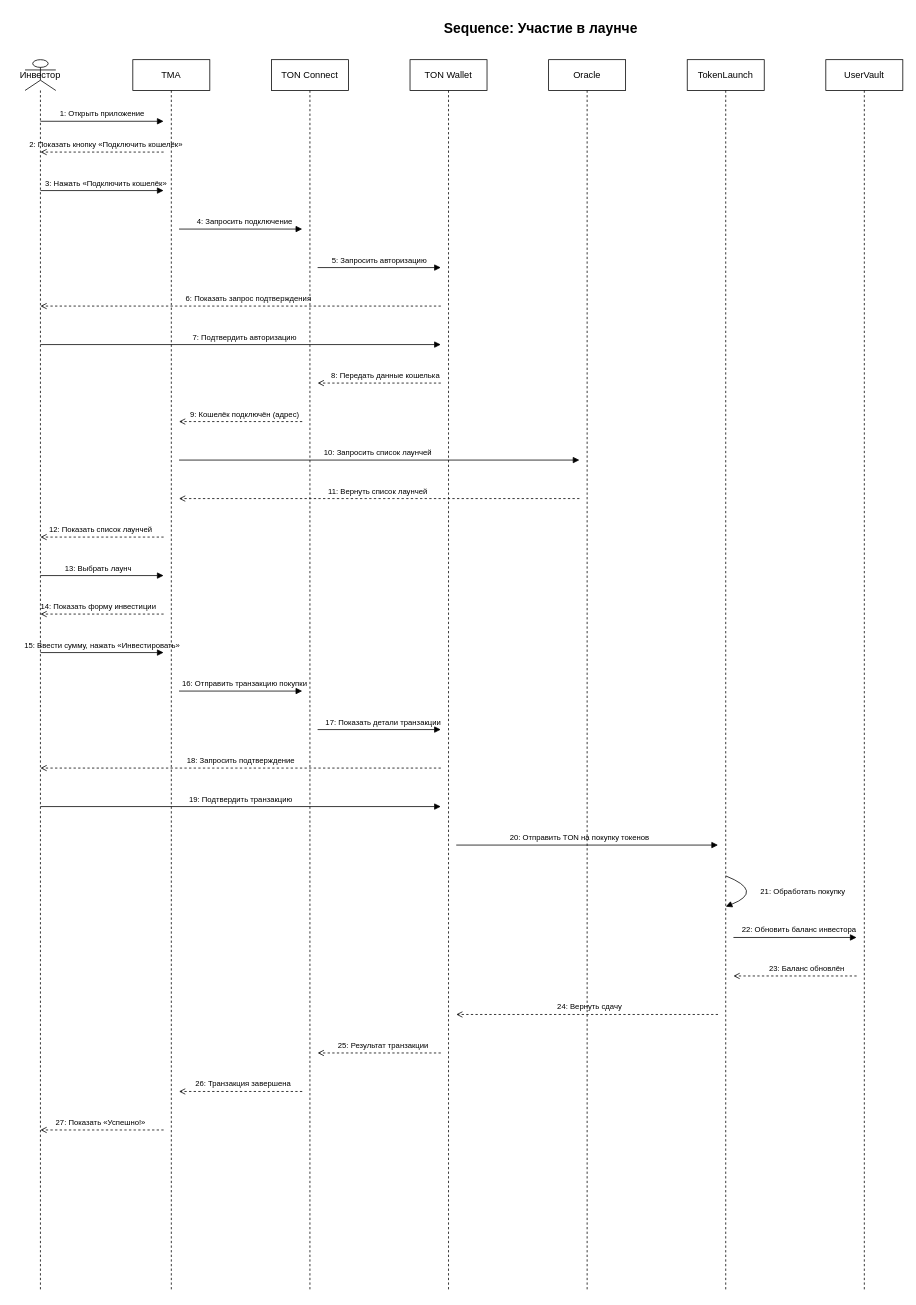
Earlier version of the draw.io diagram diagrams/uml-sequence/sequence1.drawio (dondarubin/system-engineering-playbook). Source tidied: cells renumbered, new cells numbered last; positions are measured from the earlier drawing's top-left corner, leaving out a move shared by most shapes. Both pictures are drawn from the tidied source at 77%, with x=0, y=0 at pixel (21, 13).
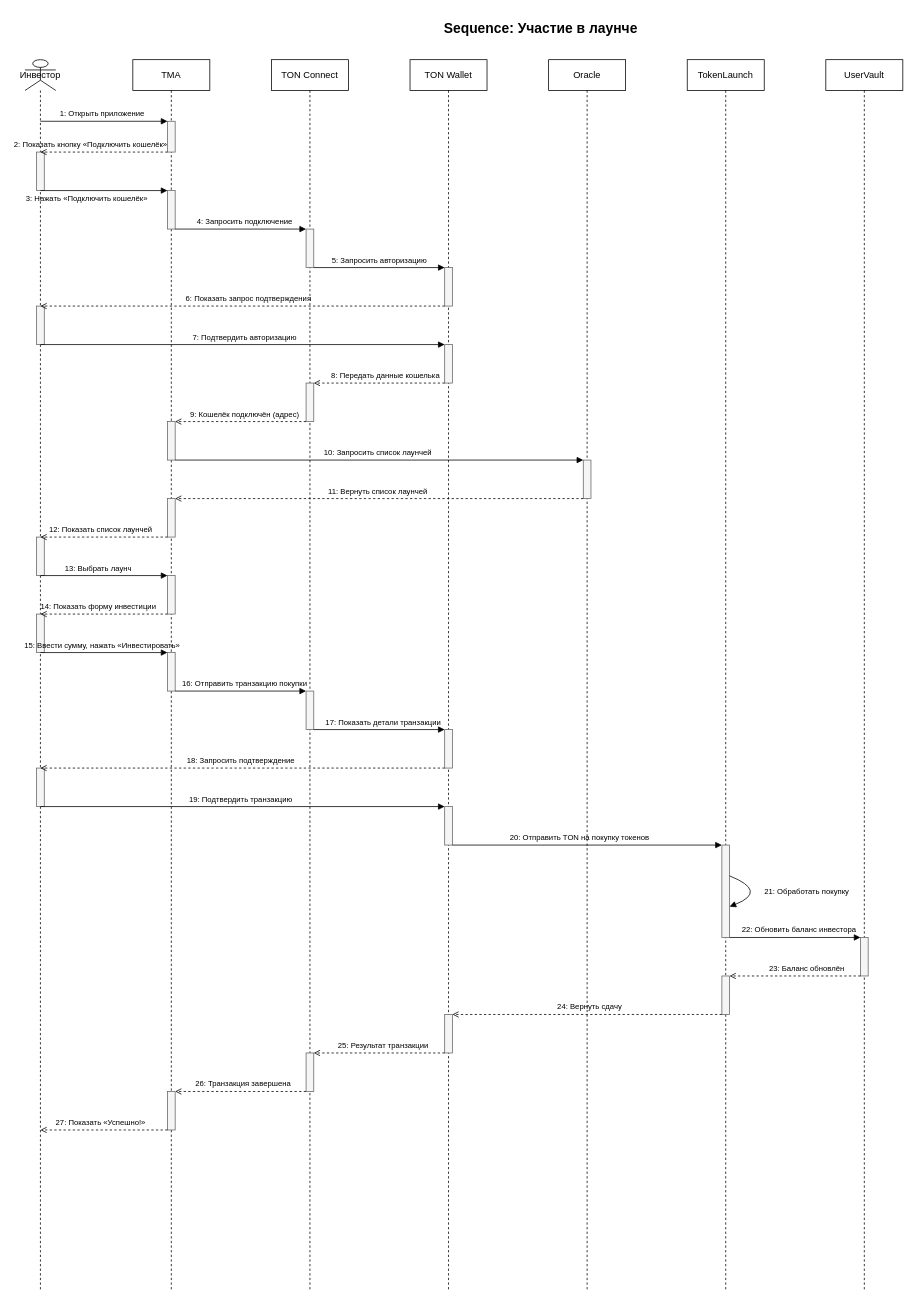
After the change.

Unchanged cells that the change refers to:
```xml
<mxCell id="3" value="Инвестор" style="shape=umlLifeline;perimeter=lifelinePerimeter;whiteSpace=wrap;html=1;participant=umlActor;" parent="1" vertex="1">
  <mxGeometry x="5" y="60" width="40" height="1600" as="geometry" />
</mxCell>
<mxCell id="4" value="TMA" style="shape=umlLifeline;perimeter=lifelinePerimeter;whiteSpace=wrap;html=1;" parent="1" vertex="1">
  <mxGeometry x="145" y="60" width="100" height="1600" as="geometry" />
</mxCell>
<mxCell id="5" value="TON Connect" style="shape=umlLifeline;perimeter=lifelinePerimeter;whiteSpace=wrap;html=1;" parent="1" vertex="1">
  <mxGeometry x="325" y="60" width="100" height="1600" as="geometry" />
</mxCell>
<mxCell id="6" value="TON Wallet" style="shape=umlLifeline;perimeter=lifelinePerimeter;whiteSpace=wrap;html=1;" parent="1" vertex="1">
  <mxGeometry x="505" y="60" width="100" height="1600" as="geometry" />
</mxCell>
<mxCell id="8" value="TokenLaunch" style="shape=umlLifeline;perimeter=lifelinePerimeter;whiteSpace=wrap;html=1;" parent="1" vertex="1">
  <mxGeometry x="865" y="60" width="100" height="1600" as="geometry" />
</mxCell>
```

Change to the diagram source:
```diff
@@
+    <mxCell id="64" style="rounded=0;whiteSpace=wrap;html=1;fillColor=#f5f5f5;strokeColor=#666666;" parent="3" vertex="1">
+      <mxGeometry x="15" y="120" width="10" height="50" as="geometry" />
+    </mxCell>
+    <mxCell id="65" style="rounded=0;whiteSpace=wrap;html=1;fillColor=#f5f5f5;strokeColor=#666666;" parent="3" vertex="1">
+      <mxGeometry x="15" y="320" width="10" height="50" as="geometry" />
+    </mxCell>
+    <mxCell id="66" style="rounded=0;whiteSpace=wrap;html=1;fillColor=#f5f5f5;strokeColor=#666666;" parent="3" vertex="1">
+      <mxGeometry x="15" y="620" width="10" height="50" as="geometry" />
+    </mxCell>
+    <mxCell id="67" style="rounded=0;whiteSpace=wrap;html=1;fillColor=#f5f5f5;strokeColor=#666666;" parent="3" vertex="1">
+      <mxGeometry x="15" y="720" width="10" height="50" as="geometry" />
+    </mxCell>
+    <mxCell id="68" style="rounded=0;whiteSpace=wrap;html=1;fillColor=#f5f5f5;strokeColor=#666666;" parent="3" vertex="1">
+      <mxGeometry x="15" y="920" width="10" height="50" as="geometry" />
+    </mxCell>
@@
+    <mxCell id="69" style="rounded=0;whiteSpace=wrap;html=1;fillColor=#f5f5f5;strokeColor=#666666;" parent="4" vertex="1">
+      <mxGeometry x="45" y="170" width="10" height="50" as="geometry" />
+    </mxCell>
+    <mxCell id="70" style="rounded=0;whiteSpace=wrap;html=1;fillColor=#f5f5f5;strokeColor=#666666;" parent="4" vertex="1">
+      <mxGeometry x="45" y="470" width="10" height="50" as="geometry" />
+    </mxCell>
+    <mxCell id="71" style="rounded=0;whiteSpace=wrap;html=1;fillColor=#f5f5f5;strokeColor=#666666;" parent="4" vertex="1">
+      <mxGeometry x="45" y="570" width="10" height="50" as="geometry" />
+    </mxCell>
+    <mxCell id="72" style="rounded=0;whiteSpace=wrap;html=1;fillColor=#f5f5f5;strokeColor=#666666;" parent="4" vertex="1">
+      <mxGeometry x="45" y="770" width="10" height="50" as="geometry" />
+    </mxCell>
+    <mxCell id="73" style="rounded=0;whiteSpace=wrap;html=1;fillColor=#f5f5f5;strokeColor=#666666;" parent="4" vertex="1">
+      <mxGeometry x="45" y="1340" width="10" height="50" as="geometry" />
+    </mxCell>
@@
+    <mxCell id="74" style="rounded=0;whiteSpace=wrap;html=1;fillColor=#f5f5f5;strokeColor=#666666;" parent="5" vertex="1">
+      <mxGeometry x="45" y="220" width="10" height="50" as="geometry" />
+    </mxCell>
+    <mxCell id="75" style="rounded=0;whiteSpace=wrap;html=1;fillColor=#f5f5f5;strokeColor=#666666;" parent="5" vertex="1">
+      <mxGeometry x="45" y="420" width="10" height="50" as="geometry" />
+    </mxCell>
+    <mxCell id="76" style="rounded=0;whiteSpace=wrap;html=1;fillColor=#f5f5f5;strokeColor=#666666;" parent="5" vertex="1">
+      <mxGeometry x="45" y="820" width="10" height="50" as="geometry" />
+    </mxCell>
+    <mxCell id="77" style="rounded=0;whiteSpace=wrap;html=1;fillColor=#f5f5f5;strokeColor=#666666;" parent="5" vertex="1">
+      <mxGeometry x="45" y="1290" width="10" height="50" as="geometry" />
+    </mxCell>
@@
+    <mxCell id="78" style="rounded=0;whiteSpace=wrap;html=1;fillColor=#f5f5f5;strokeColor=#666666;" parent="6" vertex="1">
+      <mxGeometry x="45" y="370" width="10" height="50" as="geometry" />
+    </mxCell>
+    <mxCell id="79" style="rounded=0;whiteSpace=wrap;html=1;fillColor=#f5f5f5;strokeColor=#666666;" parent="6" vertex="1">
+      <mxGeometry x="45" y="870" width="10" height="50" as="geometry" />
+    </mxCell>
+    <mxCell id="80" style="rounded=0;whiteSpace=wrap;html=1;fillColor=#f5f5f5;strokeColor=#666666;" parent="6" vertex="1">
+      <mxGeometry x="45" y="970" width="10" height="50" as="geometry" />
+    </mxCell>
+    <mxCell id="81" style="rounded=0;whiteSpace=wrap;html=1;fillColor=#f5f5f5;strokeColor=#666666;" parent="6" vertex="1">
+      <mxGeometry x="45" y="1240" width="10" height="50" as="geometry" />
+    </mxCell>
@@
+    <mxCell id="82" style="rounded=0;whiteSpace=wrap;html=1;fillColor=#f5f5f5;strokeColor=#666666;" parent="8" vertex="1">
+      <mxGeometry x="45" y="1020" width="10" height="120" as="geometry" />
+    </mxCell>
+    <mxCell id="83" style="rounded=0;whiteSpace=wrap;html=1;fillColor=#f5f5f5;strokeColor=#666666;" parent="8" vertex="1">
+      <mxGeometry x="45" y="1190" width="10" height="50" as="geometry" />
+    </mxCell>
@@
+    <mxCell id="84" style="rounded=0;whiteSpace=wrap;html=1;fillColor=#f5f5f5;strokeColor=#666666;" parent="1" vertex="1">
+      <mxGeometry x="190" y="140" width="10" height="40" as="geometry" />
+    </mxCell>
+    <mxCell id="85" style="rounded=0;whiteSpace=wrap;html=1;fillColor=#f5f5f5;strokeColor=#666666;" parent="1" vertex="1">
+      <mxGeometry x="550" y="330" width="10" height="50" as="geometry" />
+    </mxCell>
+    <mxCell id="86" style="rounded=0;whiteSpace=wrap;html=1;fillColor=#f5f5f5;strokeColor=#666666;" parent="1" vertex="1">
+      <mxGeometry x="730" y="580" width="10" height="50" as="geometry" />
+    </mxCell>
+    <mxCell id="87" style="rounded=0;whiteSpace=wrap;html=1;fillColor=#f5f5f5;strokeColor=#666666;" parent="1" vertex="1">
+      <mxGeometry x="190" y="730" width="10" height="50" as="geometry" />
+    </mxCell>
+    <mxCell id="88" style="rounded=0;whiteSpace=wrap;html=1;fillColor=#f5f5f5;strokeColor=#666666;" parent="1" vertex="1">
+      <mxGeometry x="1090" y="1200" width="10" height="50" as="geometry" />
+    </mxCell>
     <mxCell id="10" style="html=1;verticalAlign=bottom;endArrow=block;rounded=0;" parent="1" edge="1">
       <mxGeometry relative="1" as="geometry">
         <mxPoint x="25" y="140" as="sourcePoint" />
-        <mxPoint x="185" y="140" as="targetPoint" />
+        <mxPoint x="190" y="140" as="targetPoint" />
       </mxGeometry>
     </mxCell>
@@
     <mxCell id="12" style="html=1;verticalAlign=bottom;endArrow=open;dashed=1;rounded=0;" parent="1" edge="1">
       <mxGeometry relative="1" as="geometry">
-        <mxPoint x="185" y="180" as="sourcePoint" />
+        <mxPoint x="190" y="180" as="sourcePoint" />
         <mxPoint x="25" y="180" as="targetPoint" />
       </mxGeometry>
     </mxCell>
-    <mxCell id="13" value="2: Показать кнопку «Подключить кошелёк»" style="text;html=1;align=center;verticalAlign=middle;fontSize=10;" parent="1" vertex="1">
-      <mxGeometry x="10" y="160" width="200" height="20" as="geometry" />
-    </mxCell>
     <mxCell id="14" style="html=1;verticalAlign=bottom;endArrow=block;rounded=0;" parent="1" edge="1">
       <mxGeometry relative="1" as="geometry">
         <mxPoint x="25" y="230" as="sourcePoint" />
-        <mxPoint x="185" y="230" as="targetPoint" />
+        <mxPoint x="190" y="230" as="targetPoint" />
       </mxGeometry>
     </mxCell>
     <mxCell id="15" value="3: Нажать «Подключить кошелёк»" style="text;html=1;align=center;verticalAlign=middle;fontSize=10;" parent="1" vertex="1">
-      <mxGeometry x="25" y="210" width="170" height="20" as="geometry" />
+      <mxGeometry y="230" width="170" height="20" as="geometry" />
     </mxCell>
     <mxCell id="16" style="html=1;verticalAlign=bottom;endArrow=block;rounded=0;" parent="1" edge="1">
       <mxGeometry relative="1" as="geometry">
-        <mxPoint x="205" y="280" as="sourcePoint" />
-        <mxPoint x="365" y="280" as="targetPoint" />
+        <mxPoint x="200" y="280" as="sourcePoint" />
+        <mxPoint x="370" y="280" as="targetPoint" />
       </mxGeometry>
     </mxCell>
@@
     <mxCell id="18" style="html=1;verticalAlign=bottom;endArrow=block;rounded=0;" parent="1" edge="1">
       <mxGeometry relative="1" as="geometry">
-        <mxPoint x="385" y="330" as="sourcePoint" />
-        <mxPoint x="545" y="330" as="targetPoint" />
+        <mxPoint x="380" y="330" as="sourcePoint" />
+        <mxPoint x="550" y="330" as="targetPoint" />
       </mxGeometry>
     </mxCell>
@@
     <mxCell id="20" style="html=1;verticalAlign=bottom;endArrow=open;dashed=1;rounded=0;" parent="1" edge="1">
       <mxGeometry relative="1" as="geometry">
-        <mxPoint x="545" y="380" as="sourcePoint" />
+        <mxPoint x="550" y="380" as="sourcePoint" />
         <mxPoint x="25" y="380" as="targetPoint" />
       </mxGeometry>
     </mxCell>
@@
     <mxCell id="22" style="html=1;verticalAlign=bottom;endArrow=block;rounded=0;" parent="1" edge="1">
       <mxGeometry relative="1" as="geometry">
         <mxPoint x="25" y="430" as="sourcePoint" />
-        <mxPoint x="545" y="430" as="targetPoint" />
+        <mxPoint x="550" y="430" as="targetPoint" />
       </mxGeometry>
     </mxCell>
@@
     <mxCell id="24" style="html=1;verticalAlign=bottom;endArrow=open;dashed=1;rounded=0;" parent="1" edge="1">
       <mxGeometry relative="1" as="geometry">
-        <mxPoint x="545" y="480" as="sourcePoint" />
-        <mxPoint x="385" y="480" as="targetPoint" />
+        <mxPoint x="550" y="480" as="sourcePoint" />
+        <mxPoint x="380" y="480" as="targetPoint" />
       </mxGeometry>
     </mxCell>
@@
     <mxCell id="26" style="html=1;verticalAlign=bottom;endArrow=open;dashed=1;rounded=0;" parent="1" edge="1">
       <mxGeometry relative="1" as="geometry">
-        <mxPoint x="365" y="530" as="sourcePoint" />
-        <mxPoint x="205" y="530" as="targetPoint" />
+        <mxPoint x="370" y="530" as="sourcePoint" />
+        <mxPoint x="200" y="530" as="targetPoint" />
       </mxGeometry>
     </mxCell>
@@
     <mxCell id="28" style="html=1;verticalAlign=bottom;endArrow=block;rounded=0;" parent="1" edge="1">
       <mxGeometry relative="1" as="geometry">
-        <mxPoint x="205" y="580" as="sourcePoint" />
-        <mxPoint x="725" y="580" as="targetPoint" />
+        <mxPoint x="200" y="580" as="sourcePoint" />
+        <mxPoint x="730" y="580" as="targetPoint" />
       </mxGeometry>
     </mxCell>
@@
     <mxCell id="30" style="html=1;verticalAlign=bottom;endArrow=open;dashed=1;rounded=0;" parent="1" edge="1">
       <mxGeometry relative="1" as="geometry">
-        <mxPoint x="725" y="630" as="sourcePoint" />
-        <mxPoint x="205" y="630" as="targetPoint" />
+        <mxPoint x="730" y="630" as="sourcePoint" />
+        <mxPoint x="200" y="630" as="targetPoint" />
       </mxGeometry>
     </mxCell>
@@
     <mxCell id="32" style="html=1;verticalAlign=bottom;endArrow=open;dashed=1;rounded=0;" parent="1" edge="1">
       <mxGeometry relative="1" as="geometry">
-        <mxPoint x="185" y="680" as="sourcePoint" />
+        <mxPoint x="190" y="680" as="sourcePoint" />
         <mxPoint x="25" y="680" as="targetPoint" />
       </mxGeometry>
     </mxCell>
@@
     <mxCell id="34" style="html=1;verticalAlign=bottom;endArrow=block;rounded=0;" parent="1" edge="1">
       <mxGeometry relative="1" as="geometry">
         <mxPoint x="25" y="730" as="sourcePoint" />
-        <mxPoint x="185" y="730" as="targetPoint" />
+        <mxPoint x="190" y="730" as="targetPoint" />
       </mxGeometry>
     </mxCell>
@@
     <mxCell id="36" style="html=1;verticalAlign=bottom;endArrow=open;dashed=1;rounded=0;" parent="1" edge="1">
       <mxGeometry relative="1" as="geometry">
-        <mxPoint x="185" y="780" as="sourcePoint" />
+        <mxPoint x="190" y="780" as="sourcePoint" />
         <mxPoint x="25" y="780" as="targetPoint" />
       </mxGeometry>
     </mxCell>
@@
     <mxCell id="38" style="html=1;verticalAlign=bottom;endArrow=block;rounded=0;" parent="1" edge="1">
       <mxGeometry relative="1" as="geometry">
         <mxPoint x="25" y="830" as="sourcePoint" />
-        <mxPoint x="185" y="830" as="targetPoint" />
+        <mxPoint x="190" y="830" as="targetPoint" />
       </mxGeometry>
     </mxCell>
@@
     <mxCell id="40" style="html=1;verticalAlign=bottom;endArrow=block;rounded=0;" parent="1" edge="1">
       <mxGeometry relative="1" as="geometry">
-        <mxPoint x="205" y="880" as="sourcePoint" />
-        <mxPoint x="365" y="880" as="targetPoint" />
+        <mxPoint x="200" y="880" as="sourcePoint" />
+        <mxPoint x="370" y="880" as="targetPoint" />
       </mxGeometry>
     </mxCell>
@@
     <mxCell id="42" style="html=1;verticalAlign=bottom;endArrow=block;rounded=0;" parent="1" edge="1">
       <mxGeometry relative="1" as="geometry">
-        <mxPoint x="385" y="930" as="sourcePoint" />
-        <mxPoint x="545" y="930" as="targetPoint" />
+        <mxPoint x="380" y="930" as="sourcePoint" />
+        <mxPoint x="550" y="930" as="targetPoint" />
       </mxGeometry>
     </mxCell>
@@
     <mxCell id="44" style="html=1;verticalAlign=bottom;endArrow=open;dashed=1;rounded=0;" parent="1" edge="1">
       <mxGeometry relative="1" as="geometry">
-        <mxPoint x="545" y="980" as="sourcePoint" />
+        <mxPoint x="550" y="980" as="sourcePoint" />
         <mxPoint x="25" y="980" as="targetPoint" />
       </mxGeometry>
     </mxCell>
@@
     <mxCell id="46" style="html=1;verticalAlign=bottom;endArrow=block;rounded=0;" parent="1" edge="1">
       <mxGeometry relative="1" as="geometry">
         <mxPoint x="25" y="1030" as="sourcePoint" />
-        <mxPoint x="545" y="1030" as="targetPoint" />
+        <mxPoint x="550" y="1030" as="targetPoint" />
       </mxGeometry>
     </mxCell>
@@
     <mxCell id="48" style="html=1;verticalAlign=bottom;endArrow=block;rounded=0;" parent="1" edge="1">
       <mxGeometry relative="1" as="geometry">
-        <mxPoint x="565" y="1080" as="sourcePoint" />
-        <mxPoint x="905" y="1080" as="targetPoint" />
+        <mxPoint x="560" y="1080" as="sourcePoint" />
+        <mxPoint x="910" y="1080" as="targetPoint" />
       </mxGeometry>
     </mxCell>
@@
     <mxCell id="50" style="html=1;verticalAlign=bottom;endArrow=block;rounded=0;curved=1;" parent="1" edge="1">
       <mxGeometry relative="1" as="geometry">
-        <mxPoint x="915" y="1120" as="sourcePoint" />
-        <mxPoint x="915" y="1160" as="targetPoint" />
+        <mxPoint x="920" y="1120" as="sourcePoint" />
+        <mxPoint x="920" y="1160" as="targetPoint" />
         <Array as="points">
-          <mxPoint x="965" y="1140" />
+          <mxPoint x="970" y="1140" />
         </Array>
       </mxGeometry>
     </mxCell>
     <mxCell id="51" value="21: Обработать покупку" style="text;html=1;align=center;verticalAlign=middle;fontSize=10;" parent="1" vertex="1">
-      <mxGeometry x="955" y="1130" width="120" height="20" as="geometry" />
+      <mxGeometry x="960" y="1130" width="120" height="20" as="geometry" />
     </mxCell>
     <mxCell id="52" style="html=1;verticalAlign=bottom;endArrow=block;rounded=0;" parent="1" edge="1">
       <mxGeometry relative="1" as="geometry">
-        <mxPoint x="925" y="1200" as="sourcePoint" />
-        <mxPoint x="1085" y="1200" as="targetPoint" />
+        <mxPoint x="920" y="1200" as="sourcePoint" />
+        <mxPoint x="1090" y="1200" as="targetPoint" />
       </mxGeometry>
     </mxCell>
@@
     <mxCell id="54" style="html=1;verticalAlign=bottom;endArrow=open;dashed=1;rounded=0;" parent="1" edge="1">
       <mxGeometry relative="1" as="geometry">
-        <mxPoint x="1085" y="1250" as="sourcePoint" />
-        <mxPoint x="925" y="1250" as="targetPoint" />
+        <mxPoint x="1090" y="1250" as="sourcePoint" />
+        <mxPoint x="920" y="1250" as="targetPoint" />
       </mxGeometry>
     </mxCell>
@@
     <mxCell id="56" style="html=1;verticalAlign=bottom;endArrow=open;dashed=1;rounded=0;" parent="1" edge="1">
       <mxGeometry relative="1" as="geometry">
-        <mxPoint x="905" y="1300" as="sourcePoint" />
-        <mxPoint x="565" y="1300" as="targetPoint" />
+        <mxPoint x="910" y="1300" as="sourcePoint" />
+        <mxPoint x="560" y="1300" as="targetPoint" />
       </mxGeometry>
     </mxCell>
@@
     <mxCell id="58" style="html=1;verticalAlign=bottom;endArrow=open;dashed=1;rounded=0;" parent="1" edge="1">
       <mxGeometry relative="1" as="geometry">
-        <mxPoint x="545" y="1350" as="sourcePoint" />
-        <mxPoint x="385" y="1350" as="targetPoint" />
+        <mxPoint x="550" y="1350" as="sourcePoint" />
+        <mxPoint x="380" y="1350" as="targetPoint" />
       </mxGeometry>
     </mxCell>
@@
     <mxCell id="60" style="html=1;verticalAlign=bottom;endArrow=open;dashed=1;rounded=0;" parent="1" edge="1">
       <mxGeometry relative="1" as="geometry">
-        <mxPoint x="365" y="1400" as="sourcePoint" />
-        <mxPoint x="205" y="1400" as="targetPoint" />
+        <mxPoint x="370" y="1400" as="sourcePoint" />
+        <mxPoint x="200" y="1400" as="targetPoint" />
       </mxGeometry>
     </mxCell>
@@
     <mxCell id="62" style="html=1;verticalAlign=bottom;endArrow=open;dashed=1;rounded=0;" parent="1" edge="1">
       <mxGeometry relative="1" as="geometry">
-        <mxPoint x="185" y="1450" as="sourcePoint" />
+        <mxPoint x="190" y="1450" as="sourcePoint" />
         <mxPoint x="25" y="1450" as="targetPoint" />
       </mxGeometry>
     </mxCell>
@@
+    <mxCell id="13" value="2: Показать кнопку «Подключить кошелёк»" style="text;html=1;align=center;verticalAlign=middle;fontSize=10;" parent="1" vertex="1">
+      <mxGeometry x="-10" y="160" width="200" height="20" as="geometry" />
+    </mxCell>
```
